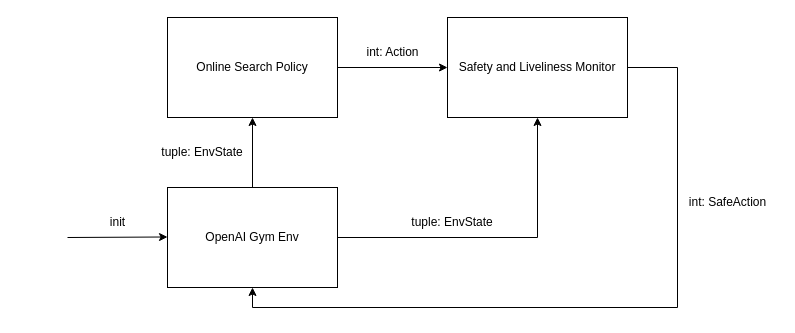
Above: page "General Components" (3 of 7) of diagrams/HybridSystemsProject.drawio in nkepling/curly-carnival (draw.io), before the change. Source tidied: cells renumbered, new cells numbered last; positions are measured from the earlier drawing's top-left corner, leaving out a move shared by most shapes. Both pictures are drawn from the tidied source at 100%, with x=0, y=0 at pixel (67, 17).
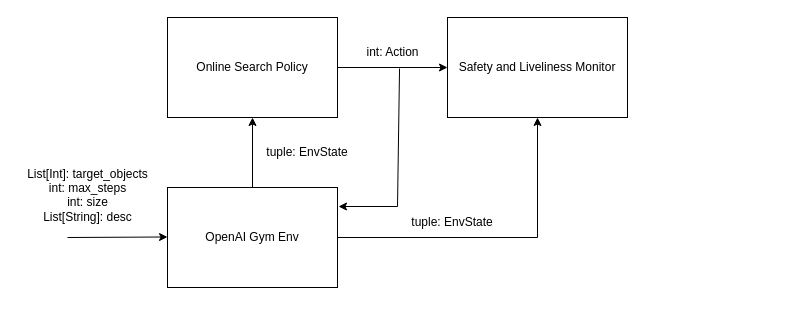
The same diagram, later.

The change refers to these unchanged cells:
```xml
<mxCell id="2" value="OpenAI Gym Env&lt;br&gt;" style="rounded=0;whiteSpace=wrap;html=1;" parent="1" vertex="1">
  <mxGeometry x="100" y="170" width="170" height="100" as="geometry" />
</mxCell>
<mxCell id="3" value="Safety and Liveliness Monitor" style="rounded=0;whiteSpace=wrap;html=1;" parent="1" vertex="1">
  <mxGeometry x="380" width="180" height="100" as="geometry" />
</mxCell>
<mxCell id="13" value="int: Action" style="text;html=1;align=center;verticalAlign=middle;points=[];strokeColor=none;fillColor=none;" parent="1" vertex="1">
  <mxGeometry x="285" y="20" width="80" height="30" as="geometry" />
</mxCell>
```

The edit, as a diff of the source:
```diff
@@
     <mxCell id="5" style="group;" parent="1" vertex="1">
-      <mxGeometry y="190" width="100" height="30" as="geometry" />
+      <mxGeometry y="190" width="100" height="35" as="geometry" />
     </mxCell>
@@
-    <mxCell id="7" value="init" style="text;html=1;align=center;verticalAlign=middle;strokeColor=none;fillColor=none;" parent="5" vertex="1">
-      <mxGeometry x="30" width="40" height="30" as="geometry" />
-    </mxCell>
@@
-    <mxCell id="11" style="endArrow=classic;html=1;rounded=0;exitX=1;exitY=0.5;exitDx=0;exitDy=0;entryX=0.5;entryY=1;entryDx=0;entryDy=0;" parent="1" edge="1" source="3" target="2">
-      <mxGeometry relative="1" as="geometry">
-        <Array as="points">
-          <mxPoint x="610" y="50" />
-          <mxPoint x="610" y="290" />
-          <mxPoint x="185" y="290" />
-        </Array>
-      </mxGeometry>
-    </mxCell>
     <mxCell id="12" value="tuple: EnvState" style="text;html=1;strokeColor=none;fillColor=none;align=center;verticalAlign=middle;whiteSpace=wrap;rounded=0;" parent="1" vertex="1">
-      <mxGeometry x="90" y="120" width="90" height="30" as="geometry" />
+      <mxGeometry x="195" y="120" width="90" height="30" as="geometry" />
     </mxCell>
@@
-    <mxCell id="15" value="int: SafeAction" style="text;html=1;align=center;verticalAlign=middle;strokeColor=none;fillColor=none;" parent="1" vertex="1">
-      <mxGeometry x="610" y="170" width="100" height="30" as="geometry" />
-    </mxCell>
+    <mxCell id="16" value="List[Int]: target_objects&lt;br&gt;int: max_steps&lt;br&gt;int: size&lt;br&gt;List[String]: desc&lt;br&gt;&lt;br&gt;" style="text;html=1;align=center;verticalAlign=middle;strokeColor=none;fillColor=none;" parent="1" vertex="1">
+      <mxGeometry x="-50" y="140" width="140" height="90" as="geometry" />
+    </mxCell>
+    <mxCell id="17" style="edgeStyle=none;jettySize=auto;html=1;rounded=0;exitX=0.588;exitY=1.033;exitDx=0;exitDy=0;exitPerimeter=0;entryX=1.006;entryY=0.19;entryDx=0;entryDy=0;entryPerimeter=0;" parent="1" edge="1" source="13" target="2">
+      <mxGeometry relative="1" as="geometry">
+        <Array as="points">
+          <mxPoint x="330" y="189" />
+        </Array>
+      </mxGeometry>
+    </mxCell>
```
